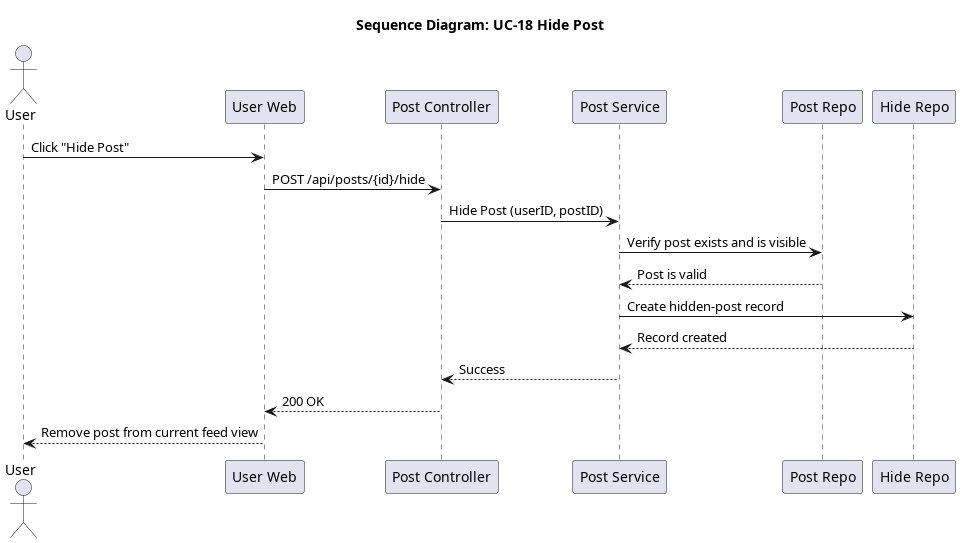
giakiet05/lkforum-new keeps this PlantUML diagram as docs/srs_add/SAD/diagrams/seq_18_hide_post.png. Above is the earlier version. The source it was exported from:
```plantuml
@startuml seq_18_hide_post
title Sequence Diagram: UC-18 Hide Post

actor User
participant "User Web" as Frontend
participant "Post Controller" as Controller
participant "Post Service" as Service
participant "Post Repo" as PostRepo
participant "Hide Repo" as HideRepo

User -> Frontend: Click "Hide Post"
Frontend -> Controller: POST /api/posts/{id}/hide
Controller -> Service: Hide Post (userID, postID)
Service -> PostRepo: Verify post exists and is visible
PostRepo --> Service: Post is valid

Service -> HideRepo: Create hidden-post record
HideRepo --> Service: Record created
Service --> Controller: Success
Controller --> Frontend: 200 OK
Frontend --> User: Remove post from current feed view
@enduml
```
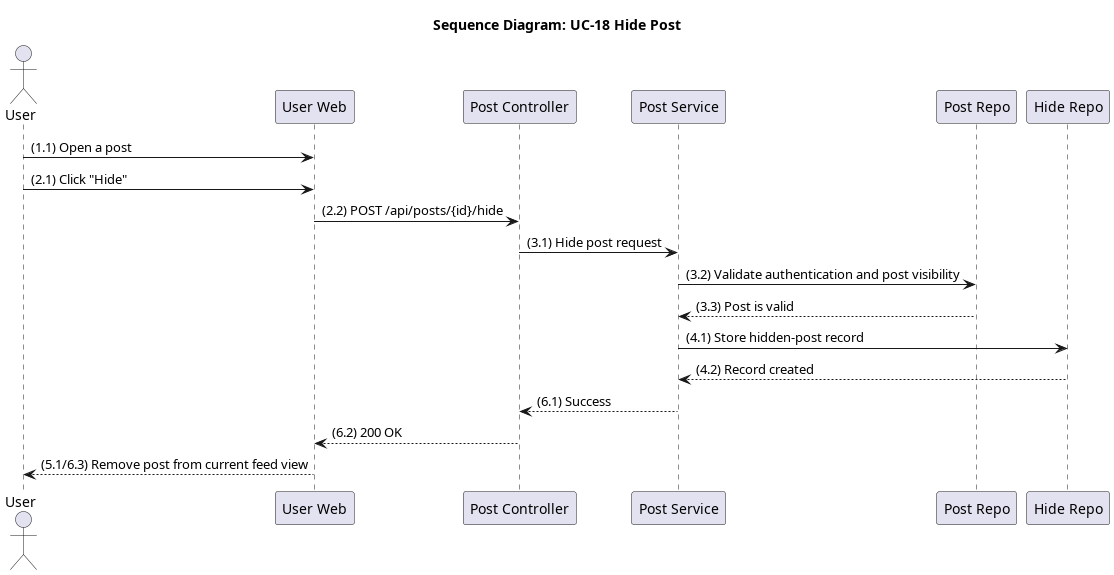
The same diagram one commit later.

What changed in the source:
```diff
@@ -8,15 +8,16 @@
 participant "Post Repo" as PostRepo
 participant "Hide Repo" as HideRepo
 
-User -> Frontend: Click "Hide Post"
-Frontend -> Controller: POST /api/posts/{id}/hide
-Controller -> Service: Hide Post (userID, postID)
-Service -> PostRepo: Verify post exists and is visible
-PostRepo --> Service: Post is valid
+User -> Frontend: (1.1) Open a post
+User -> Frontend: (2.1) Click "Hide"
+Frontend -> Controller: (2.2) POST /api/posts/{id}/hide
+Controller -> Service: (3.1) Hide post request
+Service -> PostRepo: (3.2) Validate authentication and post visibility
+PostRepo --> Service: (3.3) Post is valid
 
-Service -> HideRepo: Create hidden-post record
-HideRepo --> Service: Record created
-Service --> Controller: Success
-Controller --> Frontend: 200 OK
-Frontend --> User: Remove post from current feed view
+Service -> HideRepo: (4.1) Store hidden-post record
+HideRepo --> Service: (4.2) Record created
+Service --> Controller: (6.1) Success
+Controller --> Frontend: (6.2) 200 OK
+Frontend --> User: (5.1/6.3) Remove post from current feed view
 @enduml
```
